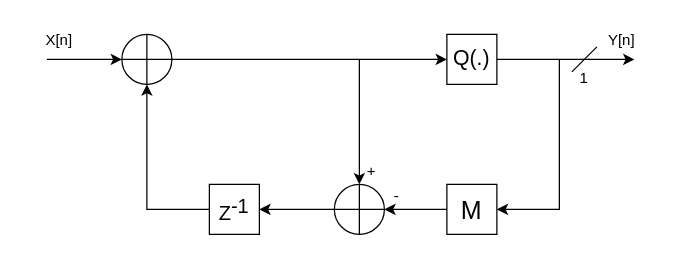
Earlier version of the draw.io diagram DDSM.drawio (CodeWithManojkumar/Electronics_Lab_EE29208). Source tidied: cells renumbered, new cells numbered last; positions are measured from the earlier drawing's top-left corner, leaving out a move shared by most shapes. Both pictures are drawn from the tidied source at 125%, with x=0, y=0 at pixel (21, 21).
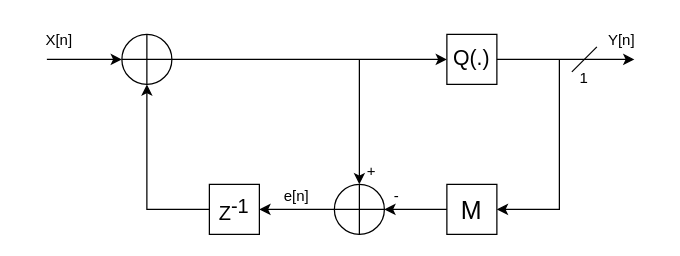
After the change.

The edit, as a diff of the source:
```diff
@@
+    <mxCell id="21" value="&lt;font face=&quot;palatino&quot;&gt;e[n&lt;/font&gt;&lt;span style=&quot;font-family: palatino; background-color: initial;&quot;&gt;]&lt;/span&gt;" style="text;strokeColor=none;align=center;fillColor=none;html=1;verticalAlign=middle;whiteSpace=wrap;rounded=0;" parent="1" vertex="1">
+      <mxGeometry x="190" y="125" width="60" height="30" as="geometry" />
+    </mxCell>
```
